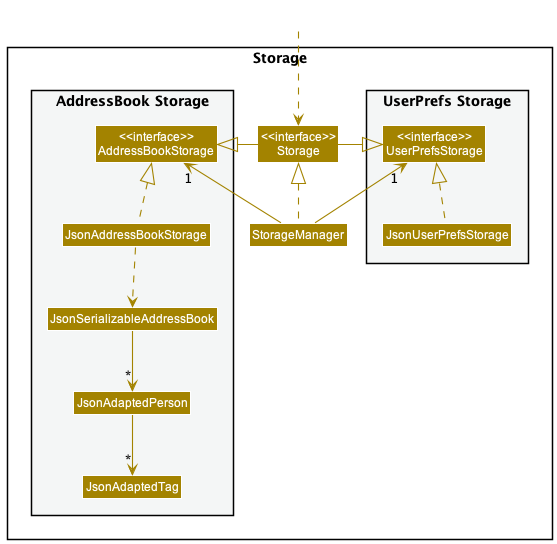
The PlantUML diagram docs/images/StorageClassDiagram.png in nus-cs2103-AY2223S1/tp, before a commit.
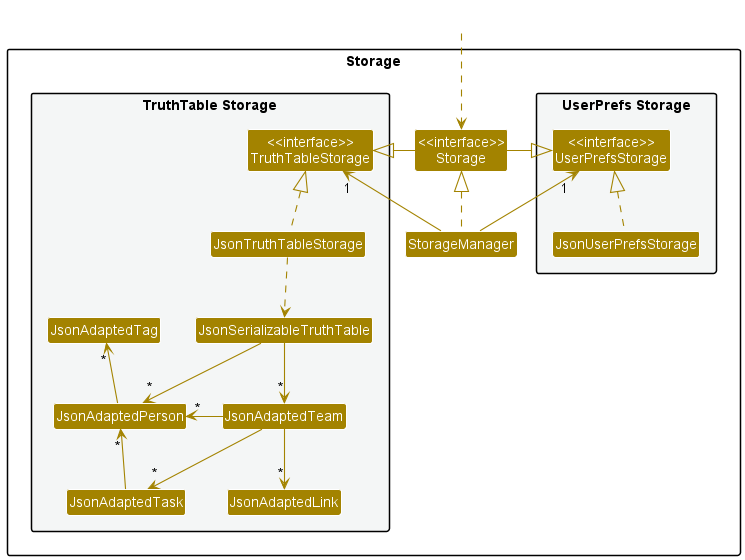
After the change.

Commit message:
Update Storage section in DG

Diff of the diagram source:
```diff
@@ -14,12 +14,15 @@
 Class "<<interface>>\nStorage" as Storage
 Class StorageManager
 
-package "AddressBook Storage" #F4F6F6{
-Class "<<interface>>\nAddressBookStorage" as AddressBookStorage
-Class JsonAddressBookStorage
-Class JsonSerializableAddressBook
+package "TruthTable Storage" #F4F6F6{
+Class "<<interface>>\nTruthTableStorage" as TruthTableStorage
+Class JsonTruthTableStorage
+Class JsonSerializableTruthTable
 Class JsonAdaptedPerson
+Class JsonAdaptedTeam
 Class JsonAdaptedTag
+Class JsonAdaptedLink
+Class JsonAdaptedTask
 }
 
 }
@@ -29,15 +32,20 @@
 
 StorageManager .up.|> Storage
 StorageManager -up-> "1" UserPrefsStorage
-StorageManager -up-> "1" AddressBookStorage
+StorageManager -up-> "1" TruthTableStorage
 
 Storage -left-|> UserPrefsStorage
-Storage -right-|> AddressBookStorage
+Storage -right-|> TruthTableStorage
 
 JsonUserPrefsStorage .up.|> UserPrefsStorage
-JsonAddressBookStorage .up.|> AddressBookStorage
-JsonAddressBookStorage ..> JsonSerializableAddressBook
-JsonSerializableAddressBook --> "*" JsonAdaptedPerson
-JsonAdaptedPerson --> "*" JsonAdaptedTag
+JsonTruthTableStorage .up.|> TruthTableStorage
+JsonTruthTableStorage ..> JsonSerializableTruthTable
+JsonSerializableTruthTable --> "*" JsonAdaptedPerson
+JsonSerializableTruthTable --> "*" JsonAdaptedTeam
+JsonAdaptedPerson -up-> "*" JsonAdaptedTag
+JsonAdaptedTeam -left-> "*" JsonAdaptedPerson
+JsonAdaptedTeam --> "*" JsonAdaptedLink
+JsonAdaptedTeam --> "*" JsonAdaptedTask
+JsonAdaptedTask --> "*" JsonAdaptedPerson
 
 @enduml
```
